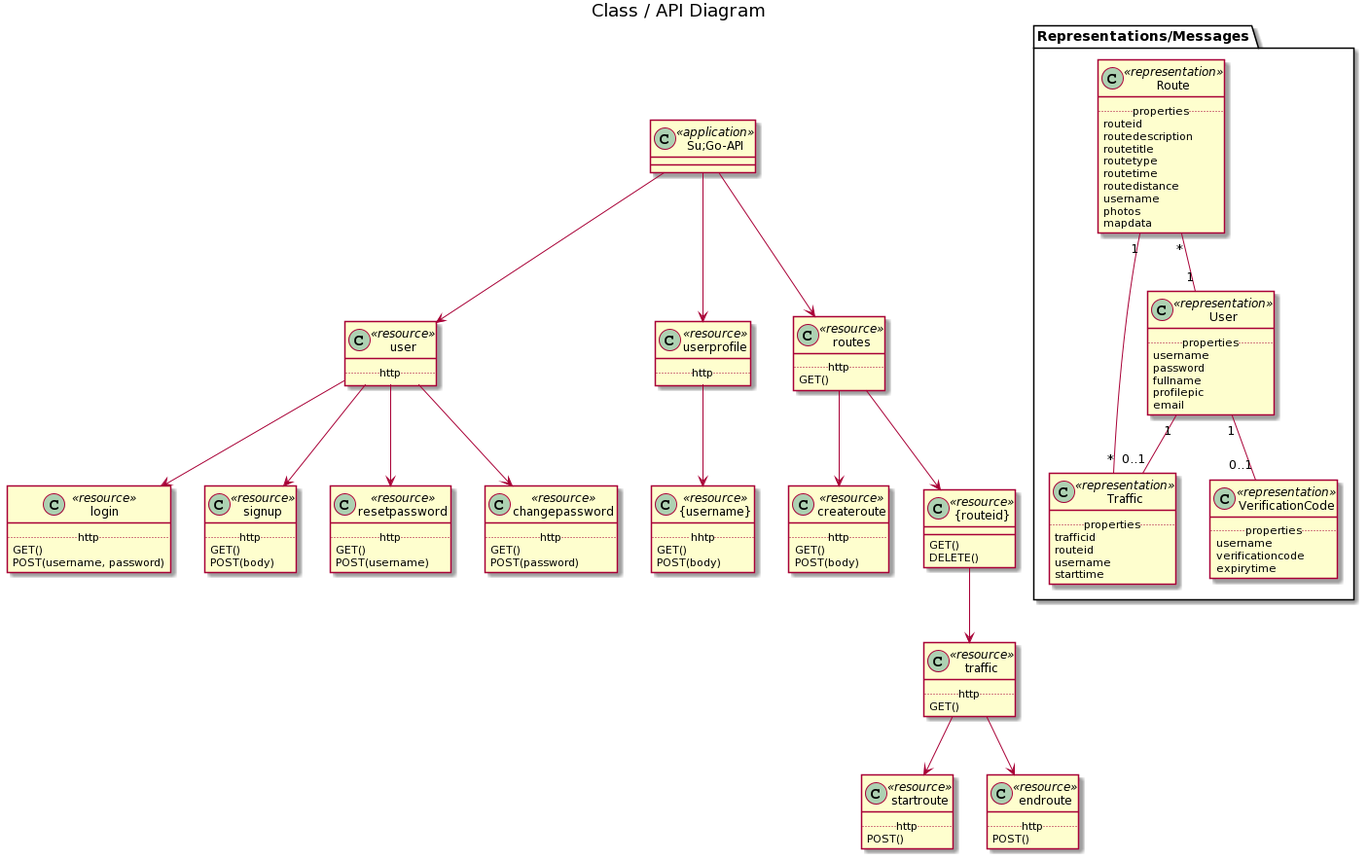
This is documentation/images/class diagram.png from tysonkaufmann/su-go, a PlantUML export, as it was before one commit. Source of this version:
```plantuml
@startuml
title Class / API Diagram
skinparam classAttributeIconSize 0

package "Representations/Messages" {
class Route << representation >>
class Traffic << representation >>
class User << representation >>
class VerificationCode << representation >>
}

class Route {
.. properties ..
routeid
routedescription
routetitle
routetype
routetime
routedistance
username
photos
mapdata
}

class Traffic{
.. properties ..
trafficid
routeid
username
starttime
}

class User {
.. properties ..
username
password
fullname
profilepic
email
}

class VerificationCode {
.. properties ..
username
verificationcode
expirytime
}

class Su;Go-API << application >>

class user << resource >> {
.. http ..
}

class login << resource >> {
.. http ..
GET()
POST(username, password)
}

class signup << resource >> {
.. http ..
GET()
POST(body)
}

class resetpassword << resource >> {
.. http ..
GET()
POST(username)
}

class changepassword << resource >> {
.. http ..
GET()
POST(password)
}

class userprofile << resource >> {
.. http ..
}

class "{username}" << resource >> {
.. hhtp ..
GET()
POST(body)
}

class routes << resource >> {
.. http ..
GET()
}

class createroute << resource >> {
.. http ..
GET()
POST(body)
}

class "{routeid}" << resource >> {
GET()
DELETE()
}

class startroute << resource >> {
.. http ..
POST()
}

class endroute << resource >> {
.. http ..
POST()
}

class traffic << resource >> {
.. http ..
GET()
}

User "1" -- "0..1" Traffic
Route "1" -- "*" Traffic
Route "*" -- "1" User
User "1" -- "0..1" VerificationCode


"Su;Go-API" --> user
"Su;Go-API" --> userprofile
"Su;Go-API" --> routes
user --> login
user --> signup
user --> resetpassword
user --> changepassword
userprofile --> "{username}"
routes --> "{routeid}"
traffic --> startroute
traffic --> endroute
"{routeid}" --> traffic
routes --> createroute
@enduml
```
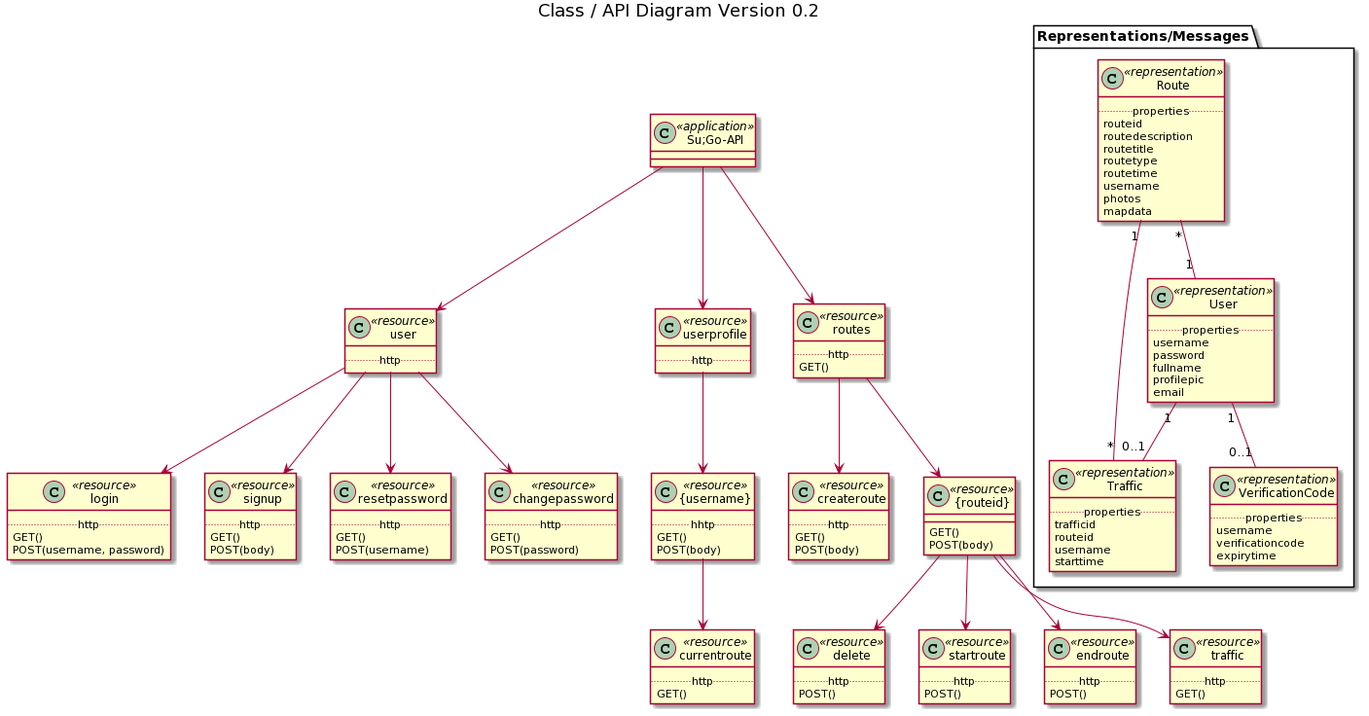
The same diagram one commit later.

What changed in the source:
```diff
@@ -1,5 +1,5 @@
 @startuml
-title Class / API Diagram
+title Class / API Diagram Version 0.2
 skinparam classAttributeIconSize 0
 
 package "Representations/Messages" {
@@ -16,7 +16,6 @@
 routetitle
 routetype
 routetime
-routedistance
 username
 photos
 mapdata
@@ -86,6 +85,11 @@
 POST(body)
 }
 
+class "currentroute" << resource >> {
+.. http ..
+GET()
+}
+
 class routes << resource >> {
 .. http ..
 GET()
@@ -99,7 +103,12 @@
 
 class "{routeid}" << resource >> {
 GET()
-DELETE()
+POST(body)
+}
+
+class delete << resource >> {
+.. http ..
+POST()
 }
 
 class startroute << resource >> {
@@ -131,9 +140,11 @@
 user --> resetpassword
 user --> changepassword
 userprofile --> "{username}"
+"{username}" --> currentroute
 routes --> "{routeid}"
-traffic --> startroute
-traffic --> endroute
+"{routeid}" --> startroute
+"{routeid}" --> endroute
 "{routeid}" --> traffic
+"{routeid}" --> delete
 routes --> createroute
 @enduml
```
